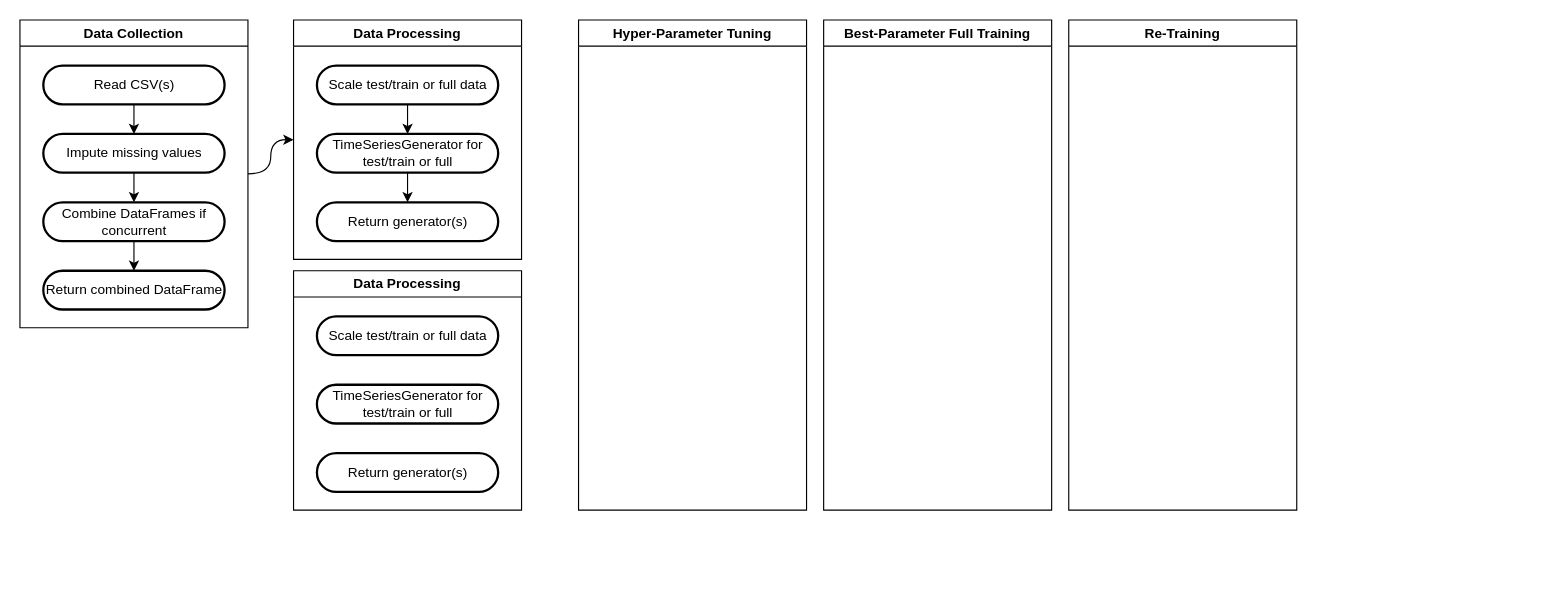
Before: RNN Diagram.drawio in GabeLack/Machine-Learning-App, a draw.io diagram. Source tidied: cells renumbered, new cells numbered last; positions are measured from the earlier drawing's top-left corner, leaving out a move shared by most shapes. Both pictures are drawn from the tidied source at 114%, with x=0, y=0 at pixel (19, 19).
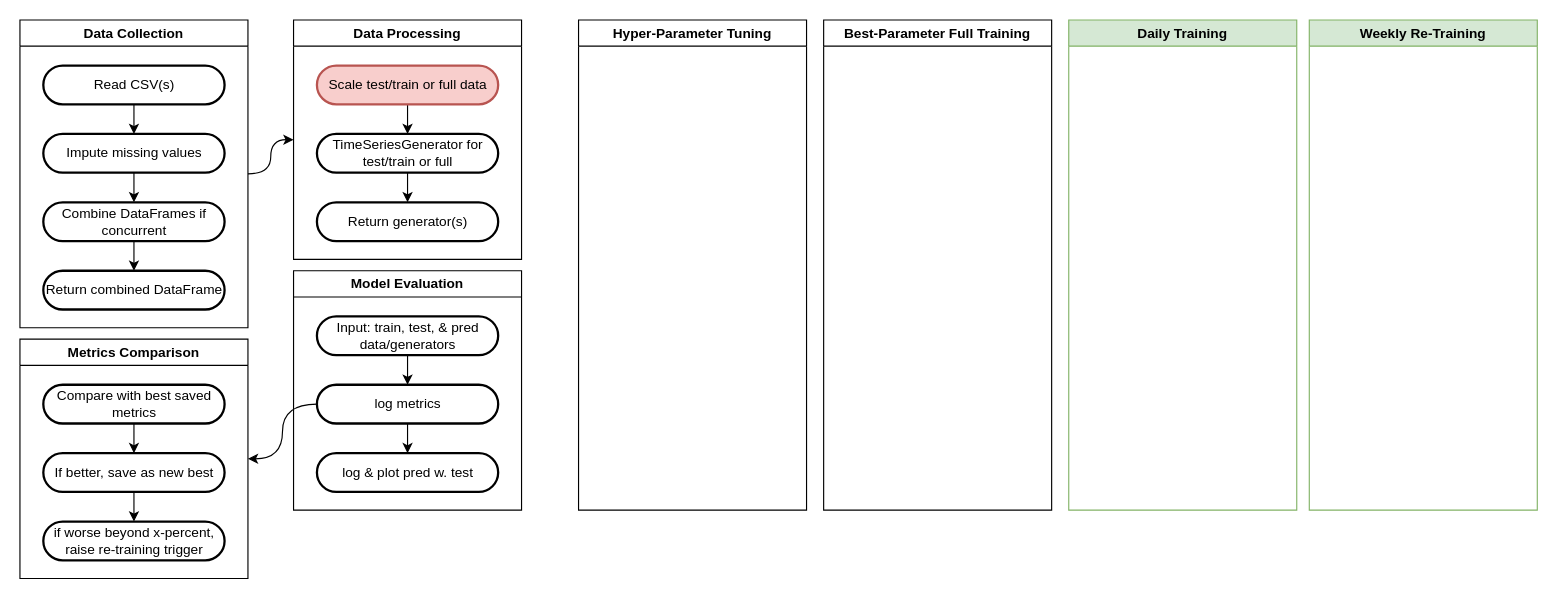
After the change.

Unchanged cells that the change refers to:
```xml
<mxCell id="11" value="Data Processing" style="swimlane;whiteSpace=wrap;html=1;" parent="1" vertex="1">
  <mxGeometry x="240" width="200" height="210" as="geometry" />
</mxCell>
```

The edit, as a diff of the source:
```diff
@@
-    <mxCell id="13" value="Scale test/train or full data" style="rounded=1;whiteSpace=wrap;arcSize=50;strokeWidth=2;" parent="11" vertex="1">
+    <mxCell id="13" value="Scale test/train or full data" style="rounded=1;whiteSpace=wrap;arcSize=50;strokeWidth=2;fillColor=#f8cecc;strokeColor=#b85450;" parent="11" vertex="1">
       <mxGeometry x="20.5" y="40" width="159" height="34" as="geometry" />
     </mxCell>
@@
-    <mxCell id="17" value="Data Processing" style="swimlane;whiteSpace=wrap;html=1;" parent="1" vertex="1">
+    <mxCell id="17" value="Model Evaluation" style="swimlane;whiteSpace=wrap;html=1;" parent="1" vertex="1">
       <mxGeometry x="240" y="220" width="200" height="210" as="geometry" />
     </mxCell>
+    <mxCell id="33" style="edgeStyle=orthogonalEdgeStyle;rounded=0;jettySize=auto;html=1;" parent="17" edge="1" source="18" target="19">
+      <mxGeometry relative="1" as="geometry" />
+    </mxCell>
-    <mxCell id="18" value="Scale test/train or full data" style="rounded=1;whiteSpace=wrap;arcSize=50;strokeWidth=2;" parent="17" vertex="1">
+    <mxCell id="18" value="Input: train, test, &amp; pred data/generators" style="rounded=1;whiteSpace=wrap;arcSize=50;strokeWidth=2;" parent="17" vertex="1">
       <mxGeometry x="20.5" y="40" width="159" height="34" as="geometry" />
     </mxCell>
+    <mxCell id="34" style="edgeStyle=orthogonalEdgeStyle;rounded=0;jettySize=auto;html=1;" parent="17" edge="1" source="19" target="20">
+      <mxGeometry relative="1" as="geometry" />
+    </mxCell>
-    <mxCell id="19" value="TimeSeriesGenerator for test/train or full" style="rounded=1;whiteSpace=wrap;arcSize=50;strokeWidth=2;" parent="17" vertex="1">
+    <mxCell id="19" value="log metrics" style="rounded=1;whiteSpace=wrap;arcSize=50;strokeWidth=2;" parent="17" vertex="1">
       <mxGeometry x="20.5" y="100" width="159" height="34" as="geometry" />
     </mxCell>
-    <mxCell id="20" value="Return generator(s)" style="rounded=1;whiteSpace=wrap;arcSize=50;strokeWidth=2;" parent="17" vertex="1">
+    <mxCell id="20" value="log &amp; plot pred w. test" style="rounded=1;whiteSpace=wrap;arcSize=50;strokeWidth=2;" parent="17" vertex="1">
       <mxGeometry x="20.5" y="160" width="159" height="34" as="geometry" />
     </mxCell>
@@
-    <mxCell id="29" value="Re-Training" style="swimlane;whiteSpace=wrap;html=1;" parent="1" vertex="1">
+    <mxCell id="29" value="Daily Training" style="swimlane;whiteSpace=wrap;html=1;fillColor=#d5e8d4;strokeColor=#82b366;" parent="1" vertex="1">
       <mxGeometry x="920" width="200" height="430" as="geometry" />
     </mxCell>
@@
+    <mxCell id="35" value="Metrics Comparison" style="swimlane;whiteSpace=wrap;html=1;" parent="1" vertex="1">
+      <mxGeometry y="280" width="200" height="210" as="geometry" />
+    </mxCell>
+    <mxCell id="36" style="edgeStyle=orthogonalEdgeStyle;rounded=0;jettySize=auto;html=1;" parent="35" edge="1" source="37" target="39">
+      <mxGeometry relative="1" as="geometry" />
+    </mxCell>
+    <mxCell id="37" value="Compare with best saved metrics" style="rounded=1;whiteSpace=wrap;arcSize=50;strokeWidth=2;" parent="35" vertex="1">
+      <mxGeometry x="20.5" y="40" width="159" height="34" as="geometry" />
+    </mxCell>
+    <mxCell id="38" style="edgeStyle=orthogonalEdgeStyle;rounded=0;jettySize=auto;html=1;" parent="35" edge="1" source="39" target="40">
+      <mxGeometry relative="1" as="geometry" />
+    </mxCell>
+    <mxCell id="39" value="If better, save as new best" style="rounded=1;whiteSpace=wrap;arcSize=50;strokeWidth=2;" parent="35" vertex="1">
+      <mxGeometry x="20.5" y="100" width="159" height="34" as="geometry" />
+    </mxCell>
+    <mxCell id="40" value="if worse beyond x-percent, raise re-training trigger" style="rounded=1;whiteSpace=wrap;arcSize=50;strokeWidth=2;" parent="35" vertex="1">
+      <mxGeometry x="20.5" y="160" width="159" height="34" as="geometry" />
+    </mxCell>
+    <mxCell id="41" style="edgeStyle=orthogonalEdgeStyle;rounded=0;jettySize=auto;html=1;curved=1;" parent="1" edge="1" source="19" target="35">
+      <mxGeometry relative="1" as="geometry" />
+    </mxCell>
+    <mxCell id="42" value="Weekly Re-Training" style="swimlane;whiteSpace=wrap;html=1;fillColor=#d5e8d4;strokeColor=#82b366;" parent="1" vertex="1">
+      <mxGeometry x="1131" width="200" height="430" as="geometry" />
+    </mxCell>
+    <mxCell id="43" style="edgeStyle=orthogonalEdgeStyle;rounded=0;orthogonalLoop=1;jettySize=auto;html=1;entryX=0.5;entryY=0;entryDx=0;entryDy=0;" parent="42" edge="1">
+      <mxGeometry relative="1" as="geometry">
+        <mxPoint x="100" y="74" as="sourcePoint" />
+      </mxGeometry>
+    </mxCell>
+    <mxCell id="44" style="edgeStyle=orthogonalEdgeStyle;rounded=0;orthogonalLoop=1;jettySize=auto;html=1;entryX=0.5;entryY=0;entryDx=0;entryDy=0;" parent="42" edge="1">
+      <mxGeometry relative="1" as="geometry">
+        <mxPoint x="100" y="134" as="sourcePoint" />
+      </mxGeometry>
+    </mxCell>
+    <mxCell id="45" style="edgeStyle=orthogonalEdgeStyle;rounded=0;orthogonalLoop=1;jettySize=auto;html=1;entryX=0.5;entryY=0;entryDx=0;entryDy=0;" parent="42" edge="1">
+      <mxGeometry relative="1" as="geometry">
+        <mxPoint x="100" y="194" as="sourcePoint" />
+      </mxGeometry>
+    </mxCell>
```
